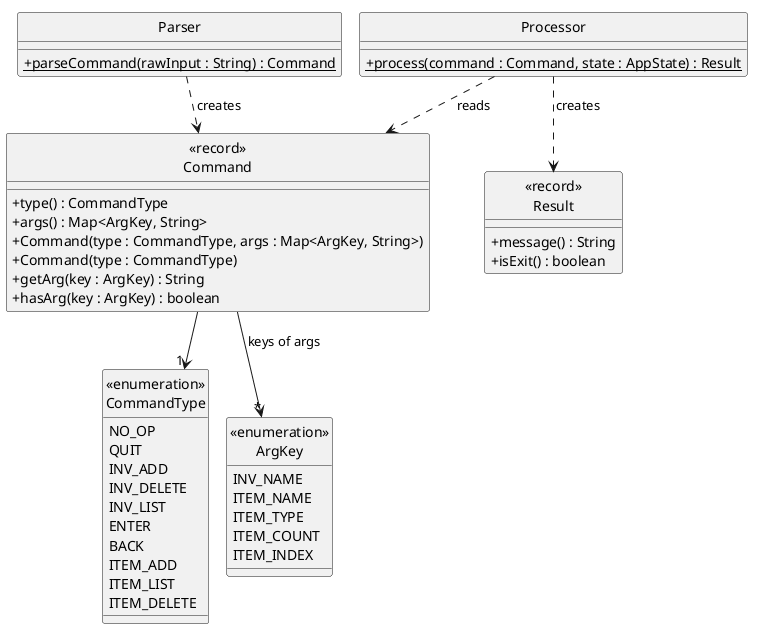
This is docs/images/CommandClassDiagram.png from AY2627S1-CS2113-W14-4/tp, a PlantUML export, as it was before one commit.
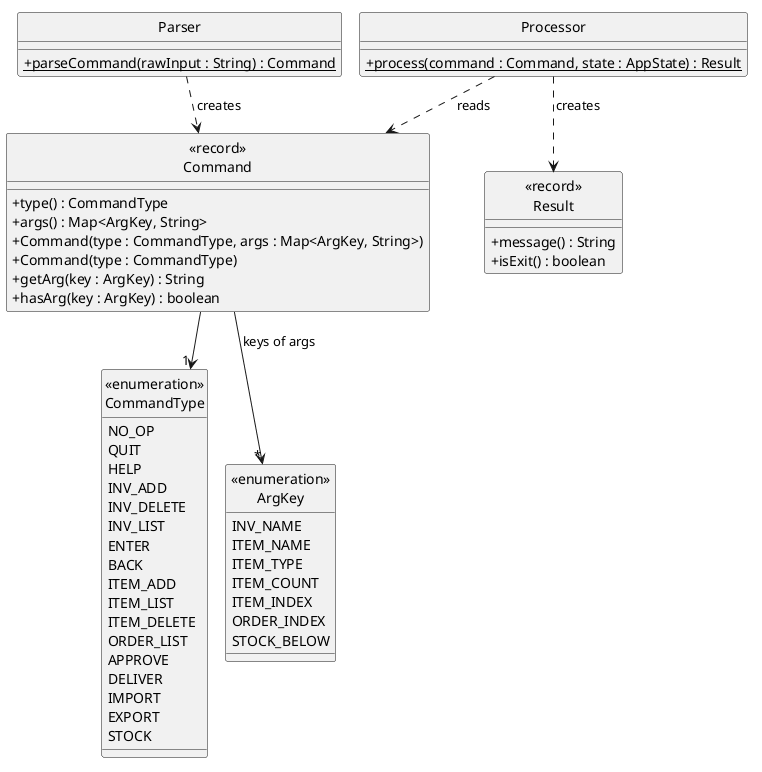
After the change.

Commit message:
Update Developer Guide parser list and class diagram

Change to the diagram source:
```diff
@@ -15,6 +15,7 @@
 enum "<<enumeration>>\nCommandType" as CommandType {
     NO_OP
     QUIT
+    HELP
     INV_ADD
     INV_DELETE
     INV_LIST
@@ -23,6 +24,12 @@
     ITEM_ADD
     ITEM_LIST
     ITEM_DELETE
+    ORDER_LIST
+    APPROVE
+    DELIVER
+    IMPORT
+    EXPORT
+    STOCK
 }
 
 enum "<<enumeration>>\nArgKey" as ArgKey {
@@ -31,6 +38,8 @@
     ITEM_TYPE
     ITEM_COUNT
     ITEM_INDEX
+    ORDER_INDEX
+    STOCK_BELOW
 }
 
 class "<<record>>\nResult" as Result {
```
